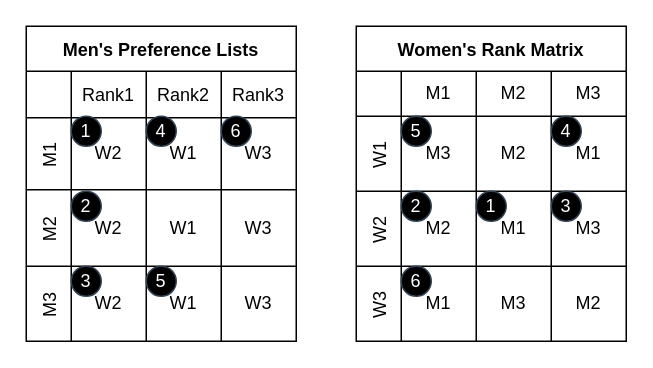
The draw.io diagram AccessPattern.drawio in victorliu-sq/BambooSMP-Figures, before the edit. Source tidied: cells renumbered, new cells numbered last; positions are measured from the earlier drawing's top-left corner, leaving out a move shared by most shapes. Both pictures are drawn from the tidied source at 150%, with x=0, y=0 at pixel (26, 26).
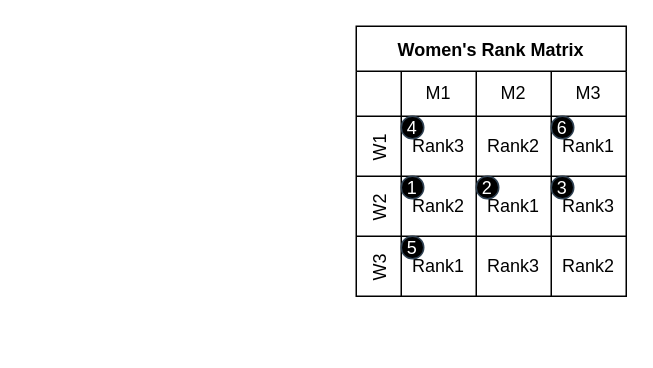
After the change.

The edit, as a diff of the source:
```diff
@@
-    <mxCell id="2" value="Men's Preference Lists" style="shape=table;startSize=30;childLayout=tableLayout;resizeLastRow=0;fontStyle=1;fontSize=12;" parent="1" vertex="1">
-      <mxGeometry width="180" height="210" as="geometry" />
-    </mxCell>
-    <mxCell id="3" style="shape=tableRow;horizontal=0;startSize=30;swimlaneHead=0;swimlaneBody=0;strokeColor=inherit;top=0;left=0;bottom=0;right=0;fillColor=none;" parent="2" vertex="1">
-      <mxGeometry y="30" width="180" height="31" as="geometry" />
-    </mxCell>
-    <mxCell id="4" value="Rank1" style="shape=partialRectangle;html=1;whiteSpace=wrap;strokeColor=inherit;overflow=hidden;fillColor=none;top=0;left=0;bottom=0;right=0;" parent="3" vertex="1">
-      <mxGeometry x="30" width="50" height="31" as="geometry" />
-    </mxCell>
-    <mxCell id="5" value="Rank2" style="shape=partialRectangle;html=1;whiteSpace=wrap;strokeColor=inherit;overflow=hidden;fillColor=none;top=0;left=0;bottom=0;right=0;" parent="3" vertex="1">
-      <mxGeometry x="80" width="50" height="31" as="geometry" />
-    </mxCell>
-    <mxCell id="6" value="Rank3" style="shape=partialRectangle;html=1;whiteSpace=wrap;strokeColor=inherit;overflow=hidden;fillColor=none;top=0;left=0;bottom=0;right=0;strokeWidth=1;" parent="3" vertex="1">
-      <mxGeometry x="130" width="50" height="31" as="geometry" />
-    </mxCell>
-    <mxCell id="7" value="M1" style="shape=tableRow;horizontal=0;startSize=30;swimlaneHead=0;swimlaneBody=0;strokeColor=inherit;top=0;left=0;bottom=0;right=0;fillColor=none;" parent="2" vertex="1">
-      <mxGeometry y="61" width="180" height="48" as="geometry" />
-    </mxCell>
-    <mxCell id="8" value="W2" style="shape=partialRectangle;html=1;whiteSpace=wrap;overflow=hidden;top=0;left=0;bottom=0;right=0;strokeColor=default;fillColor=none;" parent="7" vertex="1">
-      <mxGeometry x="30" width="50" height="48" as="geometry" />
-    </mxCell>
-    <mxCell id="9" value="W1" style="shape=partialRectangle;html=1;whiteSpace=wrap;overflow=hidden;top=0;left=0;bottom=0;right=0;fillColor=none;labelBackgroundColor=none;labelBorderColor=none;strokeColor=default;shadow=0;backgroundOutline=0;" parent="7" vertex="1">
-      <mxGeometry x="80" width="50" height="48" as="geometry" />
-    </mxCell>
-    <mxCell id="10" value="W3" style="shape=partialRectangle;html=1;whiteSpace=wrap;overflow=hidden;top=0;left=0;bottom=0;right=0;fillColor=none;" parent="7" vertex="1">
-      <mxGeometry x="130" width="50" height="48" as="geometry" />
-    </mxCell>
-    <mxCell id="11" value="M2" style="shape=tableRow;horizontal=0;startSize=30;swimlaneHead=0;swimlaneBody=0;strokeColor=inherit;top=0;left=0;bottom=0;right=0;fillColor=none;" parent="2" vertex="1">
-      <mxGeometry y="109" width="180" height="51" as="geometry" />
-    </mxCell>
-    <mxCell id="12" value="W2" style="shape=partialRectangle;html=1;whiteSpace=wrap;overflow=hidden;top=0;left=0;bottom=0;right=0;strokeOpacity=100;fillColor=none;" parent="11" vertex="1">
-      <mxGeometry x="30" width="50" height="51" as="geometry" />
-    </mxCell>
-    <mxCell id="13" value="W1" style="shape=partialRectangle;html=1;whiteSpace=wrap;strokeColor=inherit;overflow=hidden;fillColor=none;top=0;left=0;bottom=0;right=0;" parent="11" vertex="1">
-      <mxGeometry x="80" width="50" height="51" as="geometry" />
-    </mxCell>
-    <mxCell id="14" value="W3" style="shape=partialRectangle;html=1;whiteSpace=wrap;strokeColor=inherit;overflow=hidden;fillColor=none;top=0;left=0;bottom=0;right=0;" parent="11" vertex="1">
-      <mxGeometry x="130" width="50" height="51" as="geometry" />
-    </mxCell>
-    <mxCell id="15" value="M3" style="shape=tableRow;horizontal=0;startSize=30;swimlaneHead=0;swimlaneBody=0;strokeColor=inherit;top=0;left=0;bottom=0;right=0;fillColor=none;" parent="2" vertex="1">
-      <mxGeometry y="160" width="180" height="50" as="geometry" />
-    </mxCell>
-    <mxCell id="16" value="W2" style="shape=partialRectangle;html=1;whiteSpace=wrap;overflow=hidden;top=0;left=0;bottom=0;right=0;fillColor=none;" parent="15" vertex="1">
-      <mxGeometry x="30" width="50" height="50" as="geometry" />
-    </mxCell>
-    <mxCell id="17" value="W1" style="shape=partialRectangle;html=1;whiteSpace=wrap;overflow=hidden;top=0;left=0;bottom=0;right=0;fillColor=none;" parent="15" vertex="1">
-      <mxGeometry x="80" width="50" height="50" as="geometry" />
-    </mxCell>
-    <mxCell id="18" value="W3" style="shape=partialRectangle;html=1;whiteSpace=wrap;strokeColor=inherit;overflow=hidden;fillColor=none;top=0;left=0;bottom=0;right=0;" parent="15" vertex="1">
-      <mxGeometry x="130" width="50" height="50" as="geometry" />
-    </mxCell>
     <mxCell id="19" value="Women's Rank Matrix" style="shape=table;startSize=30;childLayout=tableLayout;resizeLastRow=0;fontStyle=1;fontSize=12;" parent="1" vertex="1">
-      <mxGeometry x="220" width="180" height="210" as="geometry" />
+      <mxGeometry x="220" width="180" height="180" as="geometry" />
     </mxCell>
@@
     <mxCell id="24" value="W1" style="shape=tableRow;horizontal=0;startSize=30;swimlaneHead=0;swimlaneBody=0;strokeColor=inherit;top=0;left=0;bottom=0;right=0;fillColor=none;" parent="19" vertex="1">
-      <mxGeometry y="60" width="180" height="50" as="geometry" />
+      <mxGeometry y="60" width="180" height="40" as="geometry" />
     </mxCell>
-    <mxCell id="25" value="M3" style="shape=partialRectangle;html=1;whiteSpace=wrap;strokeColor=inherit;overflow=hidden;fillColor=none;top=0;left=0;bottom=0;right=0;" parent="24" vertex="1">
-      <mxGeometry x="30" width="50" height="50" as="geometry" />
+    <mxCell id="25" value="Rank3" style="shape=partialRectangle;html=1;whiteSpace=wrap;strokeColor=inherit;overflow=hidden;fillColor=none;top=0;left=0;bottom=0;right=0;" parent="24" vertex="1">
+      <mxGeometry x="30" width="50" height="40" as="geometry" />
     </mxCell>
-    <mxCell id="26" value="M2" style="shape=partialRectangle;html=1;whiteSpace=wrap;strokeColor=inherit;overflow=hidden;fillColor=none;top=0;left=0;bottom=0;right=0;" parent="24" vertex="1">
-      <mxGeometry x="80" width="50" height="50" as="geometry" />
+    <mxCell id="26" value="Rank2" style="shape=partialRectangle;html=1;whiteSpace=wrap;strokeColor=inherit;overflow=hidden;fillColor=none;top=0;left=0;bottom=0;right=0;" parent="24" vertex="1">
+      <mxGeometry x="80" width="50" height="40" as="geometry" />
     </mxCell>
-    <mxCell id="27" value="M1" style="shape=partialRectangle;html=1;whiteSpace=wrap;strokeColor=inherit;overflow=hidden;fillColor=none;top=0;left=0;bottom=0;right=0;" parent="24" vertex="1">
-      <mxGeometry x="130" width="50" height="50" as="geometry" />
+    <mxCell id="27" value="Rank1" style="shape=partialRectangle;html=1;whiteSpace=wrap;strokeColor=inherit;overflow=hidden;fillColor=none;top=0;left=0;bottom=0;right=0;" parent="24" vertex="1">
+      <mxGeometry x="130" width="50" height="40" as="geometry" />
     </mxCell>
     <mxCell id="28" value="W2" style="shape=tableRow;horizontal=0;startSize=30;swimlaneHead=0;swimlaneBody=0;strokeColor=inherit;top=0;left=0;bottom=0;right=0;fillColor=none;" parent="19" vertex="1">
-      <mxGeometry y="110" width="180" height="50" as="geometry" />
+      <mxGeometry y="100" width="180" height="40" as="geometry" />
     </mxCell>
-    <mxCell id="29" value="M2" style="shape=partialRectangle;html=1;whiteSpace=wrap;strokeColor=inherit;overflow=hidden;fillColor=none;top=0;left=0;bottom=0;right=0;" parent="28" vertex="1">
-      <mxGeometry x="30" width="50" height="50" as="geometry" />
+    <mxCell id="29" value="Rank2" style="shape=partialRectangle;html=1;whiteSpace=wrap;strokeColor=inherit;overflow=hidden;fillColor=none;top=0;left=0;bottom=0;right=0;" parent="28" vertex="1">
+      <mxGeometry x="30" width="50" height="40" as="geometry" />
     </mxCell>
-    <mxCell id="30" value="M1" style="shape=partialRectangle;html=1;whiteSpace=wrap;strokeColor=inherit;overflow=hidden;fillColor=none;top=0;left=0;bottom=0;right=0;" parent="28" vertex="1">
-      <mxGeometry x="80" width="50" height="50" as="geometry" />
+    <mxCell id="30" value="Rank1" style="shape=partialRectangle;html=1;whiteSpace=wrap;strokeColor=inherit;overflow=hidden;fillColor=none;top=0;left=0;bottom=0;right=0;" parent="28" vertex="1">
+      <mxGeometry x="80" width="50" height="40" as="geometry" />
     </mxCell>
-    <mxCell id="31" value="M3" style="shape=partialRectangle;html=1;whiteSpace=wrap;strokeColor=inherit;overflow=hidden;fillColor=none;top=0;left=0;bottom=0;right=0;" parent="28" vertex="1">
-      <mxGeometry x="130" width="50" height="50" as="geometry" />
+    <mxCell id="31" value="Rank3" style="shape=partialRectangle;html=1;whiteSpace=wrap;strokeColor=inherit;overflow=hidden;fillColor=none;top=0;left=0;bottom=0;right=0;" parent="28" vertex="1">
+      <mxGeometry x="130" width="50" height="40" as="geometry" />
     </mxCell>
     <mxCell id="32" value="W3" style="shape=tableRow;horizontal=0;startSize=30;swimlaneHead=0;swimlaneBody=0;strokeColor=inherit;top=0;left=0;bottom=0;right=0;fillColor=none;" parent="19" vertex="1">
-      <mxGeometry y="160" width="180" height="50" as="geometry" />
+      <mxGeometry y="140" width="180" height="40" as="geometry" />
     </mxCell>
-    <mxCell id="33" value="M1" style="shape=partialRectangle;html=1;whiteSpace=wrap;strokeColor=inherit;overflow=hidden;fillColor=none;top=0;left=0;bottom=0;right=0;" parent="32" vertex="1">
-      <mxGeometry x="30" width="50" height="50" as="geometry" />
+    <mxCell id="33" value="Rank1" style="shape=partialRectangle;html=1;whiteSpace=wrap;strokeColor=inherit;overflow=hidden;fillColor=none;top=0;left=0;bottom=0;right=0;" parent="32" vertex="1">
+      <mxGeometry x="30" width="50" height="40" as="geometry" />
     </mxCell>
-    <mxCell id="34" value="M3" style="shape=partialRectangle;html=1;whiteSpace=wrap;strokeColor=inherit;overflow=hidden;fillColor=none;top=0;left=0;bottom=0;right=0;" parent="32" vertex="1">
-      <mxGeometry x="80" width="50" height="50" as="geometry" />
+    <mxCell id="34" value="Rank3" style="shape=partialRectangle;html=1;whiteSpace=wrap;strokeColor=inherit;overflow=hidden;fillColor=none;top=0;left=0;bottom=0;right=0;" parent="32" vertex="1">
+      <mxGeometry x="80" width="50" height="40" as="geometry" />
     </mxCell>
-    <mxCell id="35" value="M2" style="shape=partialRectangle;html=1;whiteSpace=wrap;strokeColor=inherit;overflow=hidden;fillColor=none;top=0;left=0;bottom=0;right=0;" parent="32" vertex="1">
-      <mxGeometry x="130" width="50" height="50" as="geometry" />
+    <mxCell id="35" value="Rank2" style="shape=partialRectangle;html=1;whiteSpace=wrap;strokeColor=inherit;overflow=hidden;fillColor=none;top=0;left=0;bottom=0;right=0;" parent="32" vertex="1">
+      <mxGeometry x="130" width="50" height="40" as="geometry" />
     </mxCell>
-    <mxCell id="36" value="1" style="ellipse;whiteSpace=wrap;html=1;strokeColor=#314354;align=center;verticalAlign=middle;fontFamily=Helvetica;fontSize=12;fillColor=#000000;fontColor=#ffffff;" parent="1" vertex="1">
-      <mxGeometry x="30" y="60" width="20" height="20" as="geometry" />
-    </mxCell>
-    <mxCell id="37" value="2" style="ellipse;whiteSpace=wrap;html=1;strokeColor=#314354;align=center;verticalAlign=middle;fontFamily=Helvetica;fontSize=12;fillColor=#000000;fontColor=#ffffff;" parent="1" vertex="1">
-      <mxGeometry x="30" y="110" width="20" height="20" as="geometry" />
-    </mxCell>
-    <mxCell id="38" value="3" style="ellipse;whiteSpace=wrap;html=1;strokeColor=#314354;align=center;verticalAlign=middle;fontFamily=Helvetica;fontSize=12;fillColor=#000000;fontColor=#ffffff;" parent="1" vertex="1">
-      <mxGeometry x="30" y="160" width="20" height="20" as="geometry" />
-    </mxCell>
-    <mxCell id="39" value="4" style="ellipse;whiteSpace=wrap;html=1;strokeColor=#314354;align=center;verticalAlign=middle;fontFamily=Helvetica;fontSize=12;fillColor=#000000;fontColor=#ffffff;" parent="1" vertex="1">
-      <mxGeometry x="80" y="60" width="20" height="20" as="geometry" />
-    </mxCell>
-    <mxCell id="40" value="5" style="ellipse;whiteSpace=wrap;html=1;strokeColor=#314354;align=center;verticalAlign=middle;fontFamily=Helvetica;fontSize=12;fillColor=#000000;fontColor=#ffffff;" parent="1" vertex="1">
-      <mxGeometry x="80" y="160" width="20" height="20" as="geometry" />
-    </mxCell>
-    <mxCell id="41" value="6" style="ellipse;whiteSpace=wrap;html=1;strokeColor=#314354;align=center;verticalAlign=middle;fontFamily=Helvetica;fontSize=12;fillColor=#000000;fontColor=#ffffff;" parent="1" vertex="1">
-      <mxGeometry x="130" y="60" width="20" height="20" as="geometry" />
-    </mxCell>
-    <mxCell id="42" value="2" style="ellipse;whiteSpace=wrap;html=1;strokeColor=#314354;align=center;verticalAlign=middle;fontFamily=Helvetica;fontSize=12;fillColor=#000000;fontColor=#ffffff;" parent="1" vertex="1">
-      <mxGeometry x="250" y="110" width="20" height="20" as="geometry" />
+    <mxCell id="42" value="1" style="ellipse;whiteSpace=wrap;html=1;strokeColor=#314354;align=center;verticalAlign=middle;fontFamily=Helvetica;fontSize=12;fillColor=#000000;fontColor=#ffffff;" parent="1" vertex="1">
+      <mxGeometry x="250" y="100" width="15" height="15" as="geometry" />
     </mxCell>
-    <mxCell id="43" value="1" style="ellipse;whiteSpace=wrap;html=1;strokeColor=#314354;align=center;verticalAlign=middle;fontFamily=Helvetica;fontSize=12;fillColor=#000000;fontColor=#ffffff;" parent="1" vertex="1">
-      <mxGeometry x="300" y="110" width="20" height="20" as="geometry" />
+    <mxCell id="43" value="2" style="ellipse;whiteSpace=wrap;html=1;strokeColor=#314354;align=center;verticalAlign=middle;fontFamily=Helvetica;fontSize=12;fillColor=#000000;fontColor=#ffffff;" parent="1" vertex="1">
+      <mxGeometry x="300" y="100" width="15" height="15" as="geometry" />
     </mxCell>
     <mxCell id="44" value="3" style="ellipse;whiteSpace=wrap;html=1;strokeColor=#314354;align=center;verticalAlign=middle;fontFamily=Helvetica;fontSize=12;fillColor=#000000;fontColor=#ffffff;" parent="1" vertex="1">
-      <mxGeometry x="350" y="110" width="20" height="20" as="geometry" />
+      <mxGeometry x="350" y="100" width="15" height="15" as="geometry" />
     </mxCell>
-    <mxCell id="45" value="4" style="ellipse;whiteSpace=wrap;html=1;strokeColor=#314354;align=center;verticalAlign=middle;fontFamily=Helvetica;fontSize=12;fillColor=#000000;fontColor=#ffffff;" parent="1" vertex="1">
-      <mxGeometry x="350" y="60" width="20" height="20" as="geometry" />
+    <mxCell id="45" value="6" style="ellipse;whiteSpace=wrap;html=1;strokeColor=#314354;align=center;verticalAlign=middle;fontFamily=Helvetica;fontSize=12;fillColor=#000000;fontColor=#ffffff;" parent="1" vertex="1">
+      <mxGeometry x="350" y="60" width="15" height="15" as="geometry" />
     </mxCell>
-    <mxCell id="46" value="5" style="ellipse;whiteSpace=wrap;html=1;strokeColor=#314354;align=center;verticalAlign=middle;fontFamily=Helvetica;fontSize=12;fillColor=#000000;fontColor=#ffffff;" parent="1" vertex="1">
-      <mxGeometry x="250" y="60" width="20" height="20" as="geometry" />
+    <mxCell id="46" value="4" style="ellipse;whiteSpace=wrap;html=1;strokeColor=#314354;align=center;verticalAlign=middle;fontFamily=Helvetica;fontSize=12;fillColor=#000000;fontColor=#ffffff;" parent="1" vertex="1">
+      <mxGeometry x="250" y="60" width="15" height="15" as="geometry" />
     </mxCell>
-    <mxCell id="47" value="6" style="ellipse;whiteSpace=wrap;html=1;strokeColor=#314354;align=center;verticalAlign=middle;fontFamily=Helvetica;fontSize=12;fillColor=#000000;fontColor=#ffffff;" parent="1" vertex="1">
-      <mxGeometry x="250" y="160" width="20" height="20" as="geometry" />
+    <mxCell id="47" value="5" style="ellipse;whiteSpace=wrap;html=1;strokeColor=#314354;align=center;verticalAlign=middle;fontFamily=Helvetica;fontSize=12;fillColor=#000000;fontColor=#ffffff;" parent="1" vertex="1">
+      <mxGeometry x="250" y="140" width="15" height="15" as="geometry" />
     </mxCell>
```
